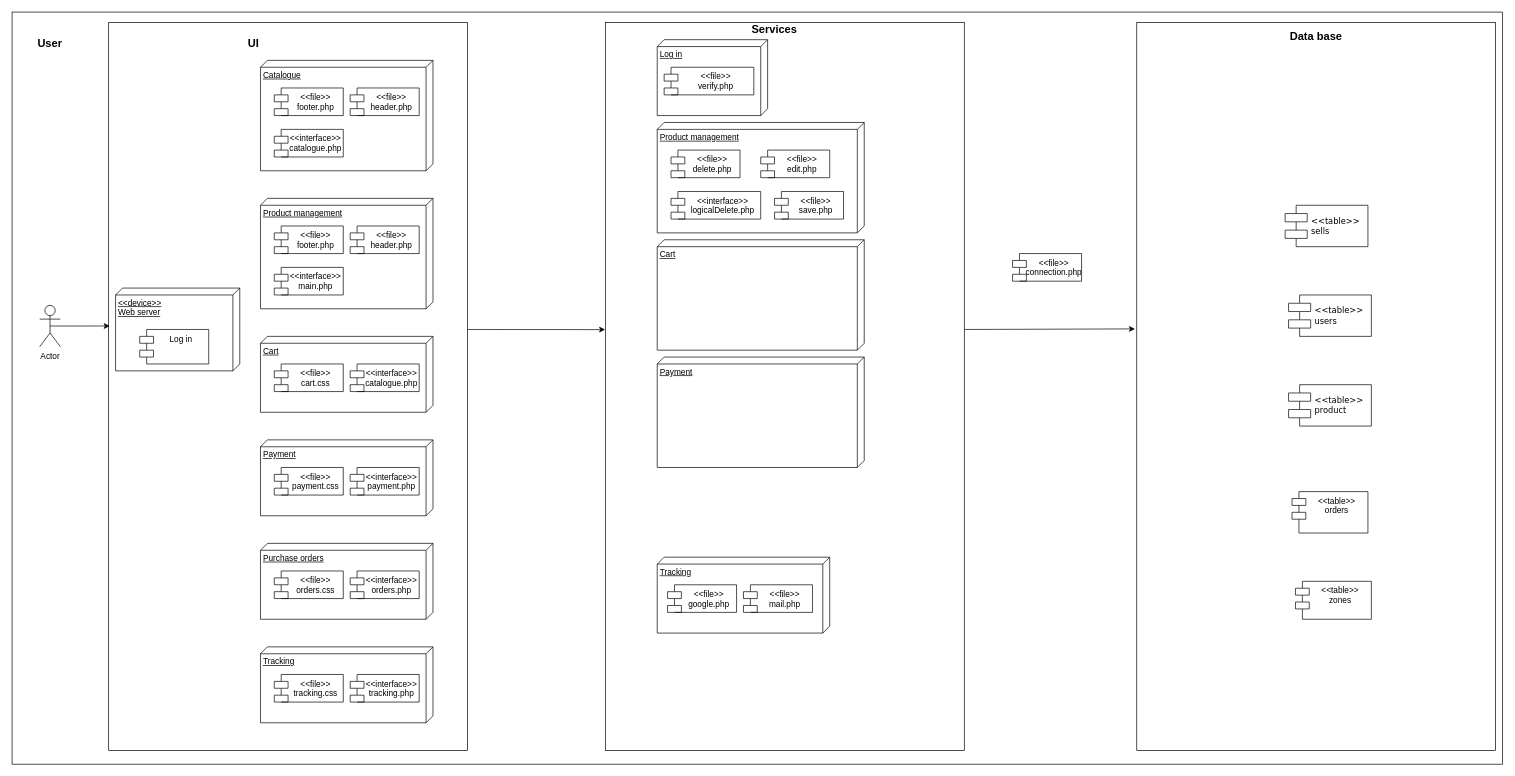
Before: page "Despliegue" (1 of 4) of Diagramas/Diagrama de despliegue.drawio in JorgeADnro/Torres, a draw.io diagram. Source tidied: cells renumbered, new cells numbered last; positions are measured from the earlier drawing's top-left corner, leaving out a move shared by most shapes. Both pictures are drawn from the tidied source at 69%, with x=0, y=0 at pixel (12, 12).
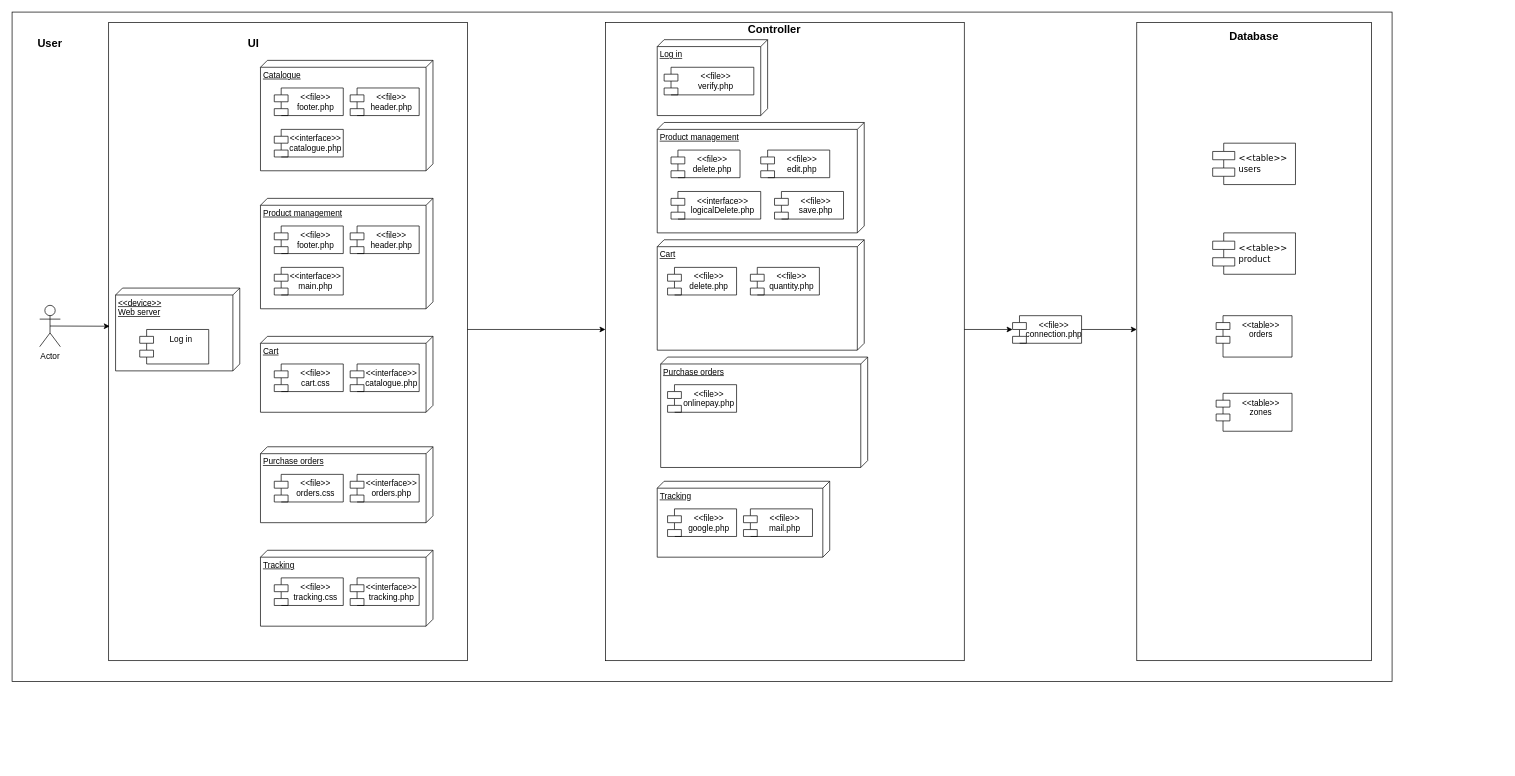
The same page after the edit.

Unchanged cells that the change refers to:
```xml
<mxCell id="8" value="Actor" style="shape=umlActor;verticalLabelPosition=bottom;verticalAlign=top;html=1;outlineConnect=0;" parent="1" vertex="1">
  <mxGeometry x="40" y="425" width="30" height="60" as="geometry" />
</mxCell>
<mxCell id="46" style="group;" parent="1" vertex="1">
  <mxGeometry x="935" y="40" width="370" height="160" as="geometry" />
</mxCell>
<mxCell id="52" style="group;" parent="1" vertex="1">
  <mxGeometry x="935" y="330" width="370" height="160" as="geometry" />
</mxCell>
```

Change to the diagram source:
```diff
@@
     <mxCell id="2" style="rounded=0;whiteSpace=wrap;html=1;" parent="1" vertex="1">
-      <mxGeometry width="2160" height="1090" as="geometry" />
+      <mxGeometry width="2000" height="970" as="geometry" />
     </mxCell>
     <mxCell id="3" style="rounded=0;whiteSpace=wrap;html=1;" parent="1" vertex="1">
-      <mxGeometry x="1630" y="15" width="520" height="1055" as="geometry" />
+      <mxGeometry x="1630" y="15" width="340" height="925" as="geometry" />
     </mxCell>
     <mxCell id="4" style="rounded=0;whiteSpace=wrap;html=1;" parent="1" vertex="1">
-      <mxGeometry x="140" y="15" width="520" height="1055" as="geometry" />
+      <mxGeometry x="140" y="15" width="520" height="925" as="geometry" />
     </mxCell>
@@
-    <mxCell id="9" value="&lt;span style=&quot;font-size: 16px;&quot;&gt;&lt;b&gt;Data base&lt;br&gt;&lt;/b&gt;&lt;/span&gt;" style="text;html=1;strokeColor=none;fillColor=none;align=center;verticalAlign=middle;whiteSpace=wrap;rounded=0;" parent="1" vertex="1">
-      <mxGeometry x="1845" y="20" width="90" height="30" as="geometry" />
+    <mxCell id="9" value="&lt;span style=&quot;font-size: 16px;&quot;&gt;&lt;b&gt;Database&lt;br&gt;&lt;/b&gt;&lt;/span&gt;" style="text;html=1;strokeColor=none;fillColor=none;align=center;verticalAlign=middle;whiteSpace=wrap;rounded=0;" parent="1" vertex="1">
+      <mxGeometry x="1755" y="20" width="90" height="30" as="geometry" />
     </mxCell>
@@
-    <mxCell id="27" style="group;" parent="1" vertex="1">
-      <mxGeometry x="360" y="620" width="250" height="160" as="geometry" />
-    </mxCell>
-    <mxCell id="28" value="Payment" style="verticalAlign=top;align=left;spacingTop=8;spacingLeft=2;spacingRight=12;shape=cube;size=10;direction=south;fontStyle=4;html=1;whiteSpace=wrap;" parent="27" vertex="1">
-      <mxGeometry width="250" height="110" as="geometry" />
-    </mxCell>
-    <mxCell id="29" value="&amp;lt;&amp;lt;file&amp;gt;&amp;gt;&lt;br&gt;payment.css" style="shape=module;align=left;spacingLeft=20;align=center;verticalAlign=top;whiteSpace=wrap;html=1;" parent="27" vertex="1">
-      <mxGeometry x="20" y="40" width="100" height="40" as="geometry" />
-    </mxCell>
-    <mxCell id="30" value="&amp;lt;&amp;lt;interface&amp;gt;&amp;gt;&lt;br&gt;payment.php" style="shape=module;align=left;spacingLeft=20;align=center;verticalAlign=top;whiteSpace=wrap;html=1;" parent="27" vertex="1">
-      <mxGeometry x="130" y="40" width="100" height="40" as="geometry" />
-    </mxCell>
     <mxCell id="31" style="group;" parent="1" vertex="1">
-      <mxGeometry x="360" y="770" width="250" height="160" as="geometry" />
+      <mxGeometry x="360" y="630" width="250" height="310" as="geometry" />
     </mxCell>
@@
-    <mxCell id="35" style="group;" parent="1" vertex="1">
-      <mxGeometry x="360" y="920" width="250" height="160" as="geometry" />
+    <mxCell id="35" style="group;" parent="31" vertex="1">
+      <mxGeometry y="150" width="250" height="160" as="geometry" />
     </mxCell>
@@
     <mxCell id="39" style="rounded=0;whiteSpace=wrap;html=1;" parent="1" vertex="1">
-      <mxGeometry x="860" y="15" width="520" height="1055" as="geometry" />
+      <mxGeometry x="860" y="15" width="520" height="925" as="geometry" />
     </mxCell>
@@
-    <mxCell id="49" value="&lt;span style=&quot;font-size: 16px;&quot;&gt;&lt;b&gt;Services&lt;br&gt;&lt;/b&gt;&lt;/span&gt;" style="text;html=1;strokeColor=none;fillColor=none;align=center;verticalAlign=middle;whiteSpace=wrap;rounded=0;" parent="46" vertex="1">
+    <mxCell id="49" value="&lt;span style=&quot;font-size: 16px;&quot;&gt;&lt;b&gt;Controller&lt;br&gt;&lt;/b&gt;&lt;/span&gt;" style="text;html=1;strokeColor=none;fillColor=none;align=center;verticalAlign=middle;whiteSpace=wrap;rounded=0;" parent="46" vertex="1">
       <mxGeometry x="125" y="-30" width="90" height="30" as="geometry" />
     </mxCell>
-    <mxCell id="50" style="edgeStyle=orthogonalEdgeStyle;rounded=0;jettySize=auto;html=1;exitX=0.5;exitY=0.5;exitDx=0;exitDy=0;exitPerimeter=0;entryX=0.003;entryY=0.417;entryDx=0;entryDy=0;entryPerimeter=0;fontFamily=Helvetica;fontSize=12;fontColor=default;" parent="1" edge="1" source="8" target="4">
+    <mxCell id="50" style="rounded=0;jettySize=auto;html=1;exitX=0.5;exitY=0.5;exitDx=0;exitDy=0;exitPerimeter=0;entryX=0.003;entryY=0.476;entryDx=0;entryDy=0;entryPerimeter=0;fontFamily=Helvetica;fontSize=12;fontColor=default;" parent="1" edge="1" source="8" target="4">
       <mxGeometry relative="1" as="geometry" />
     </mxCell>
-    <mxCell id="51" style="endArrow=classic;html=1;rounded=0;fontFamily=Helvetica;fontSize=12;fontColor=default;entryX=-0.001;entryY=0.422;entryDx=0;entryDy=0;entryPerimeter=0;" parent="1" edge="1" target="39">
+    <mxCell id="51" style="endArrow=classic;html=1;rounded=0;fontFamily=Helvetica;fontSize=12;fontColor=default;" parent="1" edge="1">
       <mxGeometry relative="1" as="geometry">
         <mxPoint x="660" y="460" as="sourcePoint" />
+        <mxPoint x="860" y="460" as="targetPoint" />
       </mxGeometry>
     </mxCell>
@@
-    <mxCell id="54" value="Payment" style="verticalAlign=top;align=left;spacingTop=8;spacingLeft=2;spacingRight=12;shape=cube;size=10;direction=south;fontStyle=4;html=1;whiteSpace=wrap;" parent="1" vertex="1">
-      <mxGeometry x="935" y="500" width="300" height="160" as="geometry" />
-    </mxCell>
-    <mxCell id="55" value="Tracking" style="verticalAlign=top;align=left;spacingTop=8;spacingLeft=2;spacingRight=12;shape=cube;size=10;direction=south;fontStyle=4;html=1;whiteSpace=wrap;" parent="1" vertex="1">
-      <mxGeometry x="935" y="790" width="250" height="110" as="geometry" />
-    </mxCell>
-    <mxCell id="56" value="&amp;lt;&amp;lt;file&amp;gt;&amp;gt;&lt;br&gt;google.php" style="shape=module;align=left;spacingLeft=20;align=center;verticalAlign=top;whiteSpace=wrap;html=1;" parent="1" vertex="1">
-      <mxGeometry x="950" y="830" width="100" height="40" as="geometry" />
-    </mxCell>
-    <mxCell id="57" value="&amp;lt;&amp;lt;file&amp;gt;&amp;gt;&lt;br&gt;mail.php" style="shape=module;align=left;spacingLeft=20;align=center;verticalAlign=top;whiteSpace=wrap;html=1;" parent="1" vertex="1">
-      <mxGeometry x="1060" y="830" width="100" height="40" as="geometry" />
-    </mxCell>
+    <mxCell id="65" value="&amp;lt;&amp;lt;file&amp;gt;&amp;gt;&lt;br&gt;delete.php" style="shape=module;align=left;spacingLeft=20;align=center;verticalAlign=top;whiteSpace=wrap;html=1;" parent="52" vertex="1">
+      <mxGeometry x="15" y="40" width="100" height="40" as="geometry" />
+    </mxCell>
+    <mxCell id="66" value="&amp;lt;&amp;lt;file&amp;gt;&amp;gt;&lt;br&gt;quantity.php" style="shape=module;align=left;spacingLeft=20;align=center;verticalAlign=top;whiteSpace=wrap;html=1;" parent="52" vertex="1">
+      <mxGeometry x="135" y="40" width="100" height="40" as="geometry" />
+    </mxCell>
     <mxCell id="58" value="&amp;lt;&amp;lt;file&amp;gt;&amp;gt;&lt;br&gt;connection.php" style="shape=module;align=left;spacingLeft=20;align=center;verticalAlign=top;whiteSpace=wrap;html=1;" parent="1" vertex="1">
-      <mxGeometry x="1450" y="350" width="100" height="40" as="geometry" />
+      <mxGeometry x="1450" y="440" width="100" height="40" as="geometry" />
     </mxCell>
-    <mxCell id="59" style="endArrow=classic;html=1;rounded=0;fontFamily=Helvetica;fontSize=12;fontColor=default;entryX=-0.005;entryY=0.421;entryDx=0;entryDy=0;entryPerimeter=0;" parent="1" edge="1" target="3">
+    <mxCell id="59" style="endArrow=classic;html=1;rounded=0;fontFamily=Helvetica;fontSize=12;fontColor=default;" parent="1" edge="1" target="58">
       <mxGeometry relative="1" as="geometry">
         <mxPoint x="1380" y="460" as="sourcePoint" />
       </mxGeometry>
     </mxCell>
     <mxCell id="60" value="&amp;lt;&amp;lt;table&amp;gt;&amp;gt;&lt;br&gt;zones" style="shape=module;align=left;spacingLeft=20;align=center;verticalAlign=top;whiteSpace=wrap;html=1;" parent="1" vertex="1">
-      <mxGeometry x="1860" y="825" width="110" height="55" as="geometry" />
+      <mxGeometry x="1745" y="552.5" width="110" height="55" as="geometry" />
     </mxCell>
     <mxCell id="61" value="&amp;lt;&amp;lt;table&amp;gt;&amp;gt;&lt;br&gt;orders" style="shape=module;align=left;spacingLeft=20;align=center;verticalAlign=top;whiteSpace=wrap;html=1;" parent="1" vertex="1">
-      <mxGeometry x="1855" y="695" width="110" height="60" as="geometry" />
+      <mxGeometry x="1745" y="440" width="110" height="60" as="geometry" />
     </mxCell>
     <mxCell id="62" value="&amp;lt;&amp;lt;table&amp;gt;&amp;gt;&lt;br&gt;product" style="shape=component;align=left;spacingLeft=36;rounded=0;shadow=0;comic=0;labelBackgroundColor=none;strokeWidth=1;fontFamily=Verdana;fontSize=12;html=1;" parent="1" vertex="1">
-      <mxGeometry x="1850" y="540" width="120" height="60" as="geometry" />
+      <mxGeometry x="1740" y="320" width="120" height="60" as="geometry" />
     </mxCell>
     <mxCell id="63" value="&amp;lt;&amp;lt;table&amp;gt;&amp;gt;&lt;br&gt;users" style="shape=component;align=left;spacingLeft=36;rounded=0;shadow=0;comic=0;labelBackgroundColor=none;strokeWidth=1;fontFamily=Verdana;fontSize=12;html=1;" parent="1" vertex="1">
-      <mxGeometry x="1850" y="410" width="120" height="60" as="geometry" />
+      <mxGeometry x="1740" y="190" width="120" height="60" as="geometry" />
     </mxCell>
-    <mxCell id="64" value="&amp;lt;&amp;lt;table&amp;gt;&amp;gt;&lt;br&gt;sells" style="shape=component;align=left;spacingLeft=36;rounded=0;shadow=0;comic=0;labelBackgroundColor=none;strokeWidth=1;fontFamily=Verdana;fontSize=12;html=1;" parent="1" vertex="1">
-      <mxGeometry x="1845" y="280" width="120" height="60" as="geometry" />
-    </mxCell>
+    <mxCell id="67" style="group;" parent="1" vertex="1">
+      <mxGeometry x="935" y="680" width="250" height="110" as="geometry" />
+    </mxCell>
+    <mxCell id="55" value="Tracking" style="verticalAlign=top;align=left;spacingTop=8;spacingLeft=2;spacingRight=12;shape=cube;size=10;direction=south;fontStyle=4;html=1;whiteSpace=wrap;" parent="67" vertex="1">
+      <mxGeometry width="250" height="110" as="geometry" />
+    </mxCell>
+    <mxCell id="56" value="&amp;lt;&amp;lt;file&amp;gt;&amp;gt;&lt;br&gt;google.php" style="shape=module;align=left;spacingLeft=20;align=center;verticalAlign=top;whiteSpace=wrap;html=1;" parent="67" vertex="1">
+      <mxGeometry x="15" y="40" width="100" height="40" as="geometry" />
+    </mxCell>
+    <mxCell id="57" value="&amp;lt;&amp;lt;file&amp;gt;&amp;gt;&lt;br&gt;mail.php" style="shape=module;align=left;spacingLeft=20;align=center;verticalAlign=top;whiteSpace=wrap;html=1;" parent="67" vertex="1">
+      <mxGeometry x="125" y="40" width="100" height="40" as="geometry" />
+    </mxCell>
+    <mxCell id="68" style="group;" parent="1" vertex="1">
+      <mxGeometry x="940" y="500" width="300" height="160" as="geometry" />
+    </mxCell>
+    <mxCell id="69" value="Purchase orders" style="verticalAlign=top;align=left;spacingTop=8;spacingLeft=2;spacingRight=12;shape=cube;size=10;direction=south;fontStyle=4;html=1;whiteSpace=wrap;" parent="68" vertex="1">
+      <mxGeometry width="300" height="160" as="geometry" />
+    </mxCell>
+    <mxCell id="70" value="&amp;lt;&amp;lt;file&amp;gt;&amp;gt;&lt;br&gt;onlinepay.php" style="shape=module;align=left;spacingLeft=20;align=center;verticalAlign=top;whiteSpace=wrap;html=1;" parent="68" vertex="1">
+      <mxGeometry x="10" y="40" width="100" height="40" as="geometry" />
+    </mxCell>
+    <mxCell id="71" style="endArrow=classic;html=1;rounded=0;fontFamily=Helvetica;fontSize=12;fontColor=default;" parent="1" edge="1" source="58">
+      <mxGeometry relative="1" as="geometry">
+        <mxPoint x="1630" y="460" as="targetPoint" />
+      </mxGeometry>
+    </mxCell>
```
